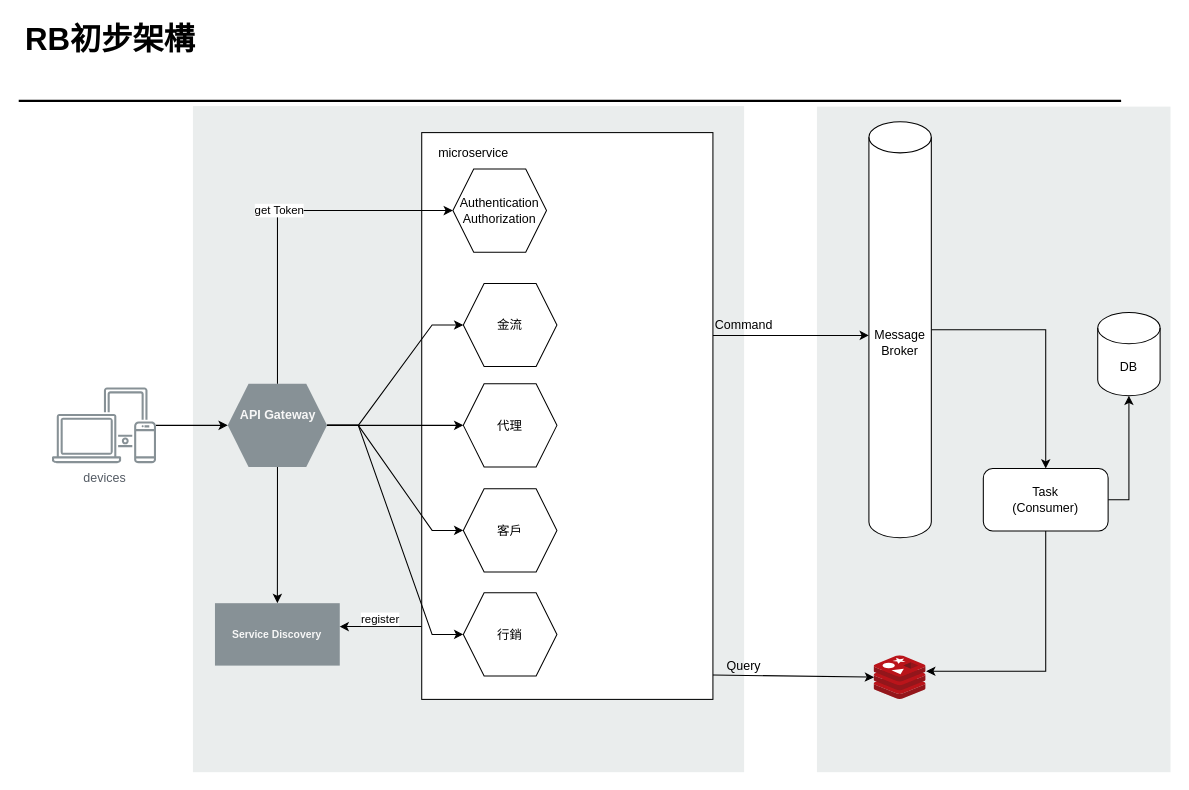
The draw.io diagram Untitled Diagram.drawio in vuittonatehsn/Instruction, before the edit. Source tidied: cells renumbered, new cells numbered last; positions are measured from the earlier drawing's top-left corner, leaving out a move shared by most shapes. Both pictures are drawn from the tidied source at 104%, with x=0, y=0 at pixel (18, 17).
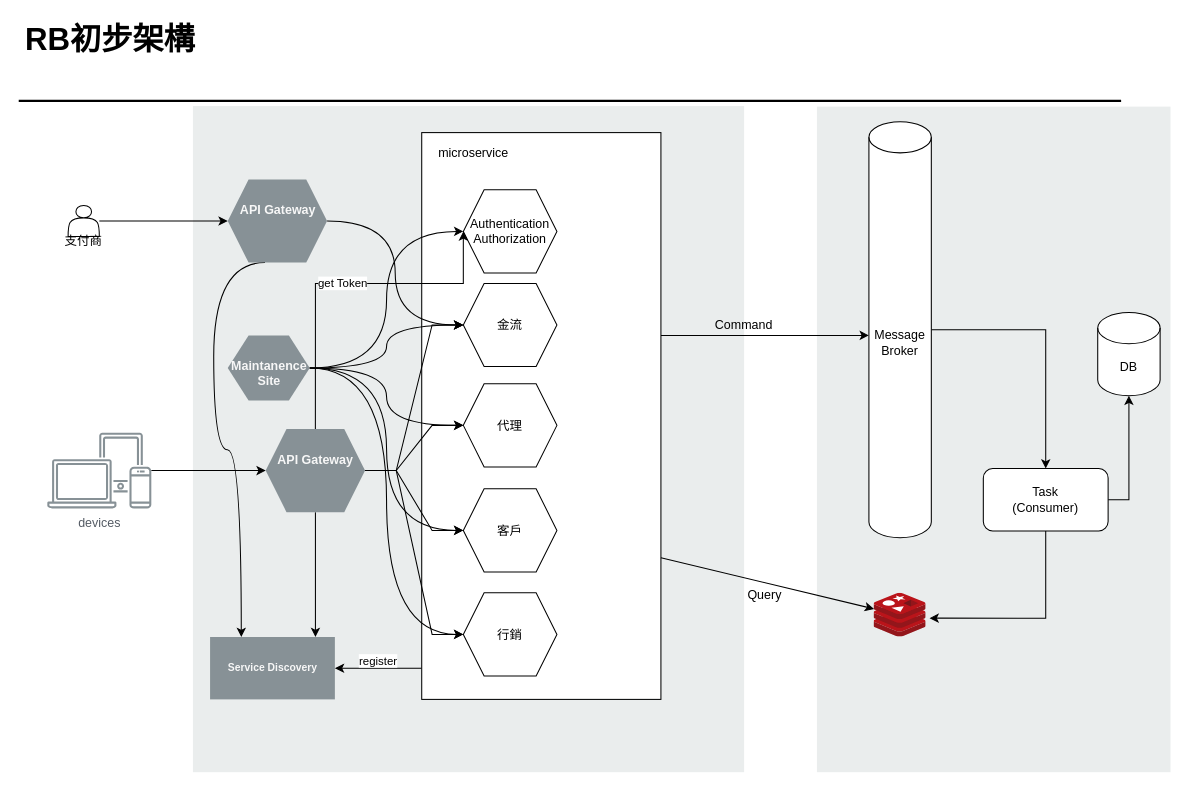
The same diagram, later.

Unchanged cells that the change refers to:
```xml
<mxCell id="14" value="客戶" style="shape=hexagon;perimeter=hexagonPerimeter2;whiteSpace=wrap;html=1;fixedSize=1;" parent="1" vertex="1">
  <mxGeometry x="428" y="453.5" width="90" height="80" as="geometry" />
</mxCell>
<mxCell id="15" value="金流" style="shape=hexagon;perimeter=hexagonPerimeter2;whiteSpace=wrap;html=1;fixedSize=1;" parent="1" vertex="1">
  <mxGeometry x="428" y="256" width="90" height="80" as="geometry" />
</mxCell>
<mxCell id="16" value="代理" style="shape=hexagon;perimeter=hexagonPerimeter2;whiteSpace=wrap;html=1;fixedSize=1;" parent="1" vertex="1">
  <mxGeometry x="428" y="352.5" width="90" height="80" as="geometry" />
</mxCell>
<mxCell id="17" value="行銷" style="shape=hexagon;perimeter=hexagonPerimeter2;whiteSpace=wrap;html=1;fixedSize=1;" parent="1" vertex="1">
  <mxGeometry x="428" y="553.5" width="90" height="80" as="geometry" />
</mxCell>
<mxCell id="27" value="Task&lt;br&gt;(Consumer)" style="rounded=1;whiteSpace=wrap;html=1;" parent="1" vertex="1">
  <mxGeometry x="928" y="434" width="120" height="60" as="geometry" />
</mxCell>
```

The edit, as a diff of the source:
```diff
@@
     <mxCell id="7" value="devices" style="outlineConnect=0;gradientColor=none;fontColor=#545B64;strokeColor=none;fillColor=#879196;dashed=0;verticalLabelPosition=bottom;verticalAlign=top;align=center;html=1;fontSize=12;fontStyle=0;shape=mxgraph.aws4.illustration_devices;" parent="1" vertex="1">
-      <mxGeometry x="32.5" y="356" width="100" height="73" as="geometry" />
+      <mxGeometry x="28" y="399.5" width="100" height="73" as="geometry" />
     </mxCell>
     <mxCell id="8" style="edgeStyle=orthogonalEdgeStyle;rounded=0;jettySize=auto;html=1;" parent="1" edge="1" source="9" target="10">
-      <mxGeometry relative="1" as="geometry" />
+      <mxGeometry relative="1" as="geometry">
+        <Array as="points">
+          <mxPoint x="286" y="576" />
+          <mxPoint x="286" y="576" />
+        </Array>
+      </mxGeometry>
     </mxCell>
     <mxCell id="9" value="&lt;h4&gt;&lt;font color=&quot;#f7f7f7&quot;&gt;API Gateway&lt;/font&gt;&lt;br&gt;&lt;/h4&gt;" style="shape=hexagon;perimeter=hexagonPerimeter2;whiteSpace=wrap;html=1;fixedSize=1;dashed=0;fontColor=#545B64;fontStyle=0;verticalAlign=top;strokeColor=none;fillColor=#879196;" parent="1" vertex="1">
-      <mxGeometry x="201.5" y="352.5" width="95.5" height="80" as="geometry" />
+      <mxGeometry x="238" y="396" width="95.5" height="80" as="geometry" />
     </mxCell>
     <mxCell id="10" value="&lt;h5&gt;&lt;b&gt;&lt;font color=&quot;#f7f7f7&quot;&gt;Service Discovery&lt;/font&gt;&lt;/b&gt;&lt;/h5&gt;" style="whiteSpace=wrap;html=1;dashed=0;fontColor=#545B64;fontStyle=0;verticalAlign=top;strokeColor=none;fillColor=#879196;" parent="1" vertex="1">
-      <mxGeometry x="189.2" y="563.5" width="120" height="60" as="geometry" />
+      <mxGeometry x="184.5" y="596" width="120" height="60" as="geometry" />
     </mxCell>
@@
-    <mxCell id="12" value="register" style="edgeStyle=orthogonalEdgeStyle;rounded=0;jettySize=auto;html=1;" parent="1" edge="1" source="13">
+    <mxCell id="12" value="register" style="edgeStyle=orthogonalEdgeStyle;rounded=0;jettySize=auto;html=1;entryX=1;entryY=0.5;entryDx=0;entryDy=0;" parent="1" edge="1" source="13" target="10">
       <mxGeometry x="0.01" y="-7" relative="1" as="geometry">
-        <mxPoint x="309" y="586" as="targetPoint" />
         <Array as="points">
-          <mxPoint x="309" y="586" />
+          <mxPoint x="368" y="626" />
+          <mxPoint x="368" y="626" />
         </Array>
       </mxGeometry>
     </mxCell>
     <mxCell id="13" style="rounded=0;whiteSpace=wrap;html=1;" parent="1" vertex="1">
-      <mxGeometry x="388" y="111" width="280" height="545" as="geometry" />
+      <mxGeometry x="388" y="111" width="230" height="545" as="geometry" />
     </mxCell>
@@
-    <mxCell id="22" style="endArrow=classic;html=1;" parent="1" edge="1" target="34">
-      <mxGeometry relative="1" as="geometry">
-        <mxPoint x="668" y="632.5" as="sourcePoint" />
-      </mxGeometry>
+    <mxCell id="22" style="endArrow=classic;html=1;exitX=1;exitY=0.75;exitDx=0;exitDy=0;" parent="1" edge="1" source="13" target="34">
+      <mxGeometry relative="1" as="geometry" />
     </mxCell>
     <mxCell id="23" value="Query" style="text;html=1;strokeColor=none;fillColor=none;align=center;verticalAlign=middle;whiteSpace=wrap;rounded=0;" parent="1" vertex="1">
-      <mxGeometry x="678" y="613.5" width="40" height="20" as="geometry" />
+      <mxGeometry x="698" y="546" width="40" height="20" as="geometry" />
     </mxCell>
@@
-    <mxCell id="25" style="edgeStyle=orthogonalEdgeStyle;rounded=0;jettySize=auto;html=1;" parent="1" edge="1" source="27" target="34">
+    <mxCell id="25" style="edgeStyle=orthogonalEdgeStyle;rounded=0;jettySize=auto;html=1;entryX=1.066;entryY=0.568;entryDx=0;entryDy=0;entryPerimeter=0;" parent="1" edge="1" source="27" target="34">
       <mxGeometry relative="1" as="geometry">
         <Array as="points">
-          <mxPoint x="988" y="629" />
+          <mxPoint x="988" y="578" />
         </Array>
       </mxGeometry>
     </mxCell>
@@
     <mxCell id="28" value="Authentication&lt;br&gt;Authorization" style="shape=hexagon;perimeter=hexagonPerimeter2;whiteSpace=wrap;html=1;fixedSize=1;" parent="1" vertex="1">
-      <mxGeometry x="418" y="146" width="90" height="80" as="geometry" />
+      <mxGeometry x="428" y="166" width="90" height="80" as="geometry" />
     </mxCell>
-    <mxCell id="29" value="get Token" style="edgeStyle=orthogonalEdgeStyle;rounded=0;jettySize=auto;html=1;entryX=0;entryY=0.5;entryDx=0;entryDy=0;" parent="1" edge="1" source="9" target="28">
+    <mxCell id="29" value="get Token" style="edgeStyle=orthogonalEdgeStyle;rounded=0;jettySize=auto;html=1;entryX=0;entryY=0.5;entryDx=0;entryDy=0;exitX=0.5;exitY=0;exitDx=0;exitDy=0;" parent="1" edge="1" source="9" target="28">
       <mxGeometry relative="1" as="geometry">
         <Array as="points">
-          <mxPoint x="249" y="186" />
+          <mxPoint x="286" y="256" />
+          <mxPoint x="428" y="256" />
         </Array>
       </mxGeometry>
     </mxCell>
@@
     <mxCell id="34" style="html=1;points=[];align=center;image;fontSize=12;image=img/lib/mscae/Cache_Redis_Product.svg;" parent="1" vertex="1">
-      <mxGeometry x="823" y="614" width="50" height="42" as="geometry" />
+      <mxGeometry x="823" y="554" width="50" height="42" as="geometry" />
     </mxCell>
+    <mxCell id="35" style="edgeStyle=orthogonalEdgeStyle;curved=1;rounded=0;jettySize=auto;html=1;entryX=0;entryY=0.5;entryDx=0;entryDy=0;" parent="1" edge="1" source="37" target="15">
+      <mxGeometry relative="1" as="geometry" />
+    </mxCell>
+    <mxCell id="36" style="edgeStyle=orthogonalEdgeStyle;curved=1;rounded=0;jettySize=auto;html=1;entryX=0.25;entryY=0;entryDx=0;entryDy=0;exitX=0.375;exitY=1;exitDx=0;exitDy=0;" parent="1" edge="1" source="37" target="10">
+      <mxGeometry relative="1" as="geometry">
+        <Array as="points">
+          <mxPoint x="188" y="236" />
+          <mxPoint x="188" y="416" />
+          <mxPoint x="214" y="416" />
+        </Array>
+      </mxGeometry>
+    </mxCell>
+    <mxCell id="37" value="&lt;h4&gt;&lt;font color=&quot;#f7f7f7&quot;&gt;API Gateway&lt;/font&gt;&lt;br&gt;&lt;/h4&gt;" style="shape=hexagon;perimeter=hexagonPerimeter2;whiteSpace=wrap;html=1;fixedSize=1;dashed=0;fontColor=#545B64;fontStyle=0;verticalAlign=top;strokeColor=none;fillColor=#879196;" parent="1" vertex="1">
+      <mxGeometry x="201.5" y="156" width="95.5" height="80" as="geometry" />
+    </mxCell>
+    <mxCell id="38" style="edgeStyle=entityRelationEdgeStyle;rounded=0;jettySize=auto;html=1;entryX=0;entryY=0.5;entryDx=0;entryDy=0;" parent="1" edge="1" source="39" target="37">
+      <mxGeometry relative="1" as="geometry" />
+    </mxCell>
+    <mxCell id="39" style="shape=actor;whiteSpace=wrap;html=1;" parent="1" vertex="1">
+      <mxGeometry x="48" y="181" width="30" height="30" as="geometry" />
+    </mxCell>
+    <mxCell id="40" value="支付商" style="text;html=1;strokeColor=none;fillColor=none;align=center;verticalAlign=middle;whiteSpace=wrap;rounded=0;" parent="1" vertex="1">
+      <mxGeometry x="43" y="206" width="40" height="20" as="geometry" />
+    </mxCell>
+    <mxCell id="41" style="edgeStyle=orthogonalEdgeStyle;curved=1;rounded=0;jettySize=auto;html=1;entryX=0;entryY=0.5;entryDx=0;entryDy=0;" parent="1" edge="1" source="46" target="17">
+      <mxGeometry relative="1" as="geometry" />
+    </mxCell>
+    <mxCell id="42" style="edgeStyle=orthogonalEdgeStyle;curved=1;rounded=0;jettySize=auto;html=1;entryX=0;entryY=0.5;entryDx=0;entryDy=0;" parent="1" edge="1" source="46" target="14">
+      <mxGeometry relative="1" as="geometry" />
+    </mxCell>
+    <mxCell id="43" style="edgeStyle=orthogonalEdgeStyle;curved=1;rounded=0;jettySize=auto;html=1;entryX=0;entryY=0.5;entryDx=0;entryDy=0;" parent="1" edge="1" source="46" target="16">
+      <mxGeometry relative="1" as="geometry" />
+    </mxCell>
+    <mxCell id="44" style="edgeStyle=orthogonalEdgeStyle;curved=1;rounded=0;jettySize=auto;html=1;entryX=0;entryY=0.5;entryDx=0;entryDy=0;" parent="1" edge="1" source="46" target="15">
+      <mxGeometry relative="1" as="geometry" />
+    </mxCell>
+    <mxCell id="45" style="edgeStyle=orthogonalEdgeStyle;curved=1;rounded=0;jettySize=auto;html=1;entryX=0;entryY=0.5;entryDx=0;entryDy=0;" parent="1" edge="1" source="46" target="28">
+      <mxGeometry relative="1" as="geometry" />
+    </mxCell>
+    <mxCell id="46" value="&lt;h4&gt;&lt;font color=&quot;#f7f7f7&quot;&gt;Maintanence Site&lt;/font&gt;&lt;/h4&gt;" style="shape=hexagon;perimeter=hexagonPerimeter2;whiteSpace=wrap;html=1;fixedSize=1;dashed=0;fontColor=#545B64;fontStyle=0;verticalAlign=top;strokeColor=none;fillColor=#879196;" parent="1" vertex="1">
+      <mxGeometry x="201.5" y="306" width="78.8" height="62.5" as="geometry" />
+    </mxCell>
```
